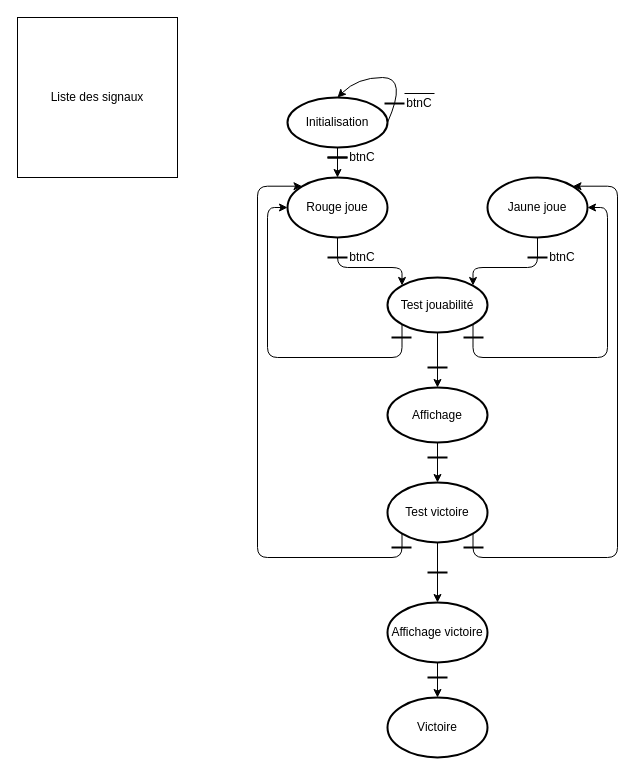
Before: Sources/FSM/FSM.drawio in Starmaxou/Puissance4_VHDL, a draw.io diagram. Source tidied: cells renumbered, new cells numbered last; positions are measured from the earlier drawing's top-left corner, leaving out a move shared by most shapes. Both pictures are drawn from the tidied source at 100%, with x=0, y=0 at pixel (17, 17).
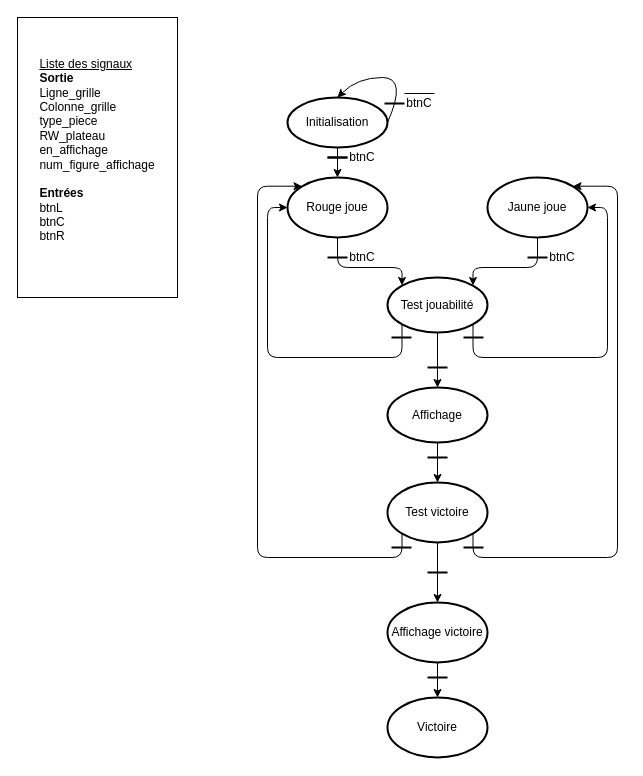
After the change.

Commit message:
update FSM.drawio Ajout liste signaux

Diff of the diagram source:
```diff
@@
-    <mxCell id="40" value="Liste des signaux&lt;br&gt;" style="rounded=0;whiteSpace=wrap;html=1;" parent="1" vertex="1">
-      <mxGeometry width="160" height="160" as="geometry" />
+    <mxCell id="40" value="&lt;div style=&quot;text-align: left&quot;&gt;&lt;u&gt;Liste des signaux&lt;/u&gt;&lt;/div&gt;&lt;b&gt;&lt;div style=&quot;text-align: left&quot;&gt;&lt;b&gt;Sortie&lt;/b&gt;&lt;/div&gt;&lt;/b&gt;&lt;div style=&quot;text-align: left&quot;&gt;&lt;span&gt;Ligne_grille&lt;/span&gt;&lt;/div&gt;&lt;div style=&quot;text-align: left&quot;&gt;&lt;span&gt;Colonne_grille&lt;/span&gt;&lt;/div&gt;&lt;div style=&quot;text-align: left&quot;&gt;&lt;span&gt;type_piece&lt;/span&gt;&lt;/div&gt;&lt;div style=&quot;text-align: left&quot;&gt;&lt;span&gt;RW_plateau&lt;/span&gt;&lt;/div&gt;&lt;div style=&quot;text-align: left&quot;&gt;&lt;span&gt;en_affichage&lt;/span&gt;&lt;/div&gt;&lt;div style=&quot;text-align: left&quot;&gt;&lt;span&gt;num_figure_affichage&lt;/span&gt;&lt;/div&gt;&lt;div style=&quot;text-align: left&quot;&gt;&lt;span&gt;&lt;br&gt;&lt;/span&gt;&lt;/div&gt;&lt;div style=&quot;text-align: left&quot;&gt;&lt;b&gt;Entrées&lt;/b&gt;&lt;/div&gt;&lt;div style=&quot;text-align: left&quot;&gt;btnL&lt;/div&gt;&lt;div style=&quot;text-align: left&quot;&gt;btnC&lt;/div&gt;&lt;div style=&quot;text-align: left&quot;&gt;btnR&lt;/div&gt;&lt;div style=&quot;text-align: left&quot;&gt;&lt;br&gt;&lt;/div&gt;" style="rounded=0;whiteSpace=wrap;html=1;" parent="1" vertex="1">
+      <mxGeometry width="160" height="280" as="geometry" />
     </mxCell>
```
